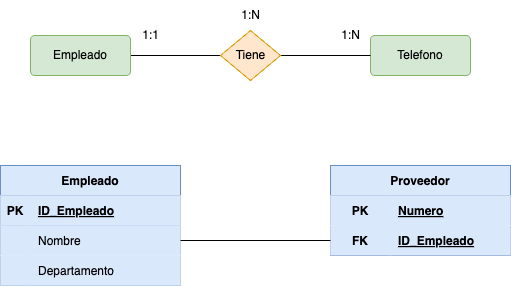
This is Tareas/Unidad_4/tarea1/img/Ejercicio3.drawio.png from antonioinigo/base-datos, a draw.io export, as it was before one commit. Source tidied: cells renumbered, new cells last; positions are measured from the earlier drawing's top-left corner, leaving out a move shared by most shapes.
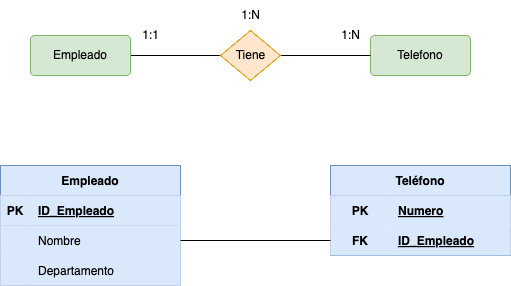
After the change.

Diff of the diagram source:
```diff
@@ -26,7 +26,7 @@
     <mxCell id="9" value="1:N" style="text;html=1;align=center;verticalAlign=middle;strokeColor=none;fillColor=none;" parent="1" vertex="1">
       <mxGeometry x="230" width="40" height="30" as="geometry" />
     </mxCell>
-    <mxCell id="10" value="Proveedor" style="shape=table;startSize=30;rowLines=0;fontStyle=1;align=center;fillColor=#dae8fc;strokeColor=#6c8ebf;" parent="1" vertex="1">
+    <mxCell id="10" value="Teléfono" style="shape=table;startSize=30;rowLines=0;fontStyle=1;align=center;fillColor=#dae8fc;strokeColor=#6c8ebf;" parent="1" vertex="1">
       <mxGeometry x="330" y="165" width="180" height="90" as="geometry" />
     </mxCell>
     <mxCell id="11" style="shape=tableRow;horizontal=0;startSize=0;swimlaneHead=0;swimlaneBody=0;fillColor=#dae8fc;top=0;left=0;right=0;bottom=0;strokeColor=#6c8ebf;" parent="10" vertex="1">
```
